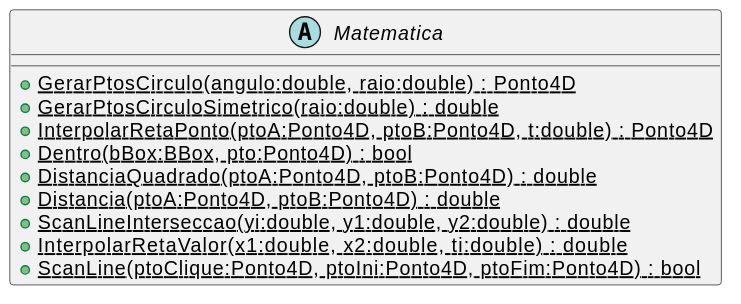
majutestoni/disciplina_CG_2025_1 keeps this PlantUML diagram as svg/CG_Biblioteca/plantuml/Matematica.svg. Above is the earlier version.
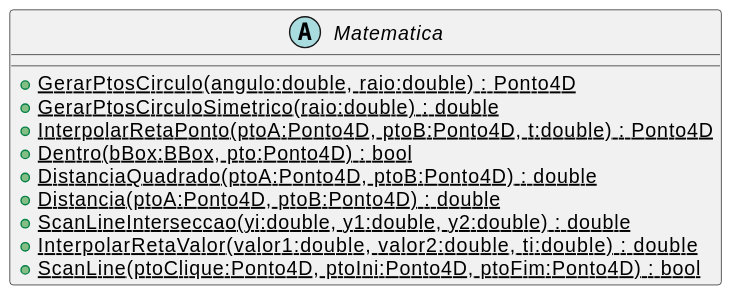
The same diagram one commit later.

Change to the diagram source:
```diff
@@ -7,7 +7,7 @@
     + {static} DistanciaQuadrado(ptoA:Ponto4D, ptoB:Ponto4D) : double
     + {static} Distancia(ptoA:Ponto4D, ptoB:Ponto4D) : double
     + {static} ScanLineInterseccao(yi:double, y1:double, y2:double) : double
-    + {static} InterpolarRetaValor(x1:double, x2:double, ti:double) : double
+    + {static} InterpolarRetaValor(valor1:double, valor2:double, ti:double) : double
     + {static} ScanLine(ptoClique:Ponto4D, ptoIni:Ponto4D, ptoFim:Ponto4D) : bool
 }
 @enduml
```
